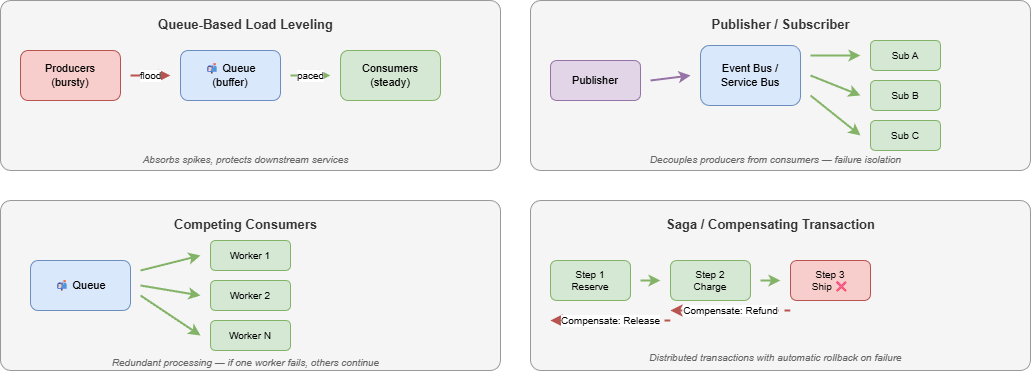
codebytes/azure-resiliency keeps this draw.io diagram as slides/img/async-patterns.drawio.png. Above is the earlier version. Source tidied: cells renumbered, new cells last; positions are measured from the earlier drawing's top-left corner, leaving out a move shared by most shapes.
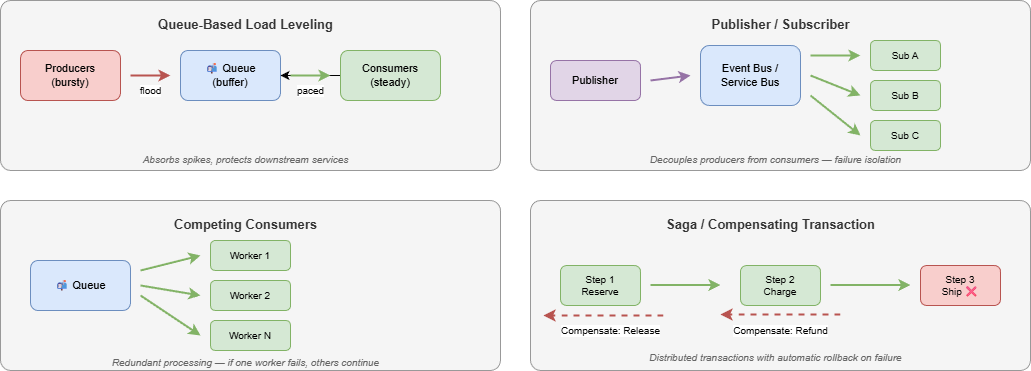
After the commit.

Commit message:
Update async-patterns image for enhanced visual clarity

What changed in the source:
```diff
@@ -14,17 +14,20 @@
     <mxCell id="5" value="📬 Queue&lt;br&gt;(buffer)" style="rounded=1;whiteSpace=wrap;html=1;fillColor=#dae8fc;strokeColor=#6c8ebf;fontSize=11;" parent="1" vertex="1">
       <mxGeometry x="180" y="50" width="100" height="50" as="geometry" />
     </mxCell>
+    <mxCell id="42" style="edgeStyle=none;html=1;" parent="1" edge="1" source="6" target="5">
+      <mxGeometry relative="1" as="geometry" />
+    </mxCell>
     <mxCell id="6" value="Consumers&lt;br&gt;(steady)" style="rounded=1;whiteSpace=wrap;html=1;fillColor=#d5e8d4;strokeColor=#82b366;fontSize=11;" parent="1" vertex="1">
       <mxGeometry x="340" y="50" width="100" height="50" as="geometry" />
     </mxCell>
     <mxCell id="7" value="flood" style="endArrow=classic;html=1;strokeWidth=2;strokeColor=#b85450;fontSize=10;" parent="1" edge="1">
-      <mxGeometry relative="1" as="geometry">
+      <mxGeometry y="-15" relative="1" as="geometry">
         <mxPoint x="130" y="75" as="sourcePoint" />
         <mxPoint x="170" y="75" as="targetPoint" />
       </mxGeometry>
     </mxCell>
     <mxCell id="8" value="paced" style="endArrow=classic;html=1;strokeWidth=2;strokeColor=#82b366;fontSize=10;" parent="1" edge="1">
-      <mxGeometry relative="1" as="geometry">
+      <mxGeometry y="-15" relative="1" as="geometry">
         <mxPoint x="290" y="75" as="sourcePoint" />
         <mxPoint x="330" y="75" as="targetPoint" />
       </mxGeometry>
@@ -126,36 +129,36 @@
       <mxGeometry x="620" y="210" width="300" height="25" as="geometry" />
     </mxCell>
     <mxCell id="34" value="Step 1&lt;br&gt;Reserve" style="rounded=1;whiteSpace=wrap;html=1;fillColor=#d5e8d4;strokeColor=#82b366;fontSize=10;" parent="1" vertex="1">
-      <mxGeometry x="550" y="260" width="80" height="40" as="geometry" />
+      <mxGeometry x="560" y="265" width="80" height="40" as="geometry" />
     </mxCell>
     <mxCell id="35" value="Step 2&lt;br&gt;Charge" style="rounded=1;whiteSpace=wrap;html=1;fillColor=#d5e8d4;strokeColor=#82b366;fontSize=10;" parent="1" vertex="1">
-      <mxGeometry x="670" y="260" width="80" height="40" as="geometry" />
+      <mxGeometry x="740" y="265" width="80" height="40" as="geometry" />
     </mxCell>
     <mxCell id="36" value="Step 3&lt;br&gt;Ship ❌" style="rounded=1;whiteSpace=wrap;html=1;fillColor=#f8cecc;strokeColor=#b85450;fontSize=10;" parent="1" vertex="1">
-      <mxGeometry x="790" y="260" width="80" height="40" as="geometry" />
+      <mxGeometry x="920" y="265" width="80" height="40" as="geometry" />
     </mxCell>
-    <mxCell id="37" style="endArrow=classic;html=1;strokeWidth=2;strokeColor=#82b366;" parent="1" edge="1">
+    <mxCell id="37" style="endArrow=classic;html=1;strokeWidth=2;strokeColor=#82b366;entryX=0.36;entryY=0.471;entryDx=0;entryDy=0;entryPerimeter=0;" parent="1" edge="1">
       <mxGeometry relative="1" as="geometry">
-        <mxPoint x="640" y="280" as="sourcePoint" />
-        <mxPoint x="660" y="280" as="targetPoint" />
+        <mxPoint x="650" y="284.5" as="sourcePoint" />
+        <mxPoint x="720" y="284.6" as="targetPoint" />
       </mxGeometry>
     </mxCell>
-    <mxCell id="38" style="endArrow=classic;html=1;strokeWidth=2;strokeColor=#82b366;" parent="1" edge="1">
+    <mxCell id="38" style="endArrow=classic;html=1;strokeWidth=2;strokeColor=#82b366;entryX=0.62;entryY=0.471;entryDx=0;entryDy=0;entryPerimeter=0;" parent="1" edge="1">
       <mxGeometry relative="1" as="geometry">
-        <mxPoint x="760" y="280" as="sourcePoint" />
-        <mxPoint x="780" y="280" as="targetPoint" />
+        <mxPoint x="830" y="284.5" as="sourcePoint" />
+        <mxPoint x="910" y="284.6" as="targetPoint" />
       </mxGeometry>
     </mxCell>
     <mxCell id="39" value="Compensate: Refund" style="endArrow=classic;html=1;strokeWidth=2;strokeColor=#b85450;dashed=1;fontSize=10;" parent="1" edge="1">
-      <mxGeometry relative="1" as="geometry">
-        <mxPoint x="790" y="310" as="sourcePoint" />
-        <mxPoint x="670" y="310" as="targetPoint" />
+      <mxGeometry y="16" relative="1" as="geometry">
+        <mxPoint x="840" y="314" as="sourcePoint" />
+        <mxPoint x="720" y="314" as="targetPoint" />
       </mxGeometry>
     </mxCell>
     <mxCell id="40" value="Compensate: Release" style="endArrow=classic;html=1;strokeWidth=2;strokeColor=#b85450;dashed=1;fontSize=10;" parent="1" edge="1">
-      <mxGeometry relative="1" as="geometry">
-        <mxPoint x="670" y="320" as="sourcePoint" />
-        <mxPoint x="550" y="320" as="targetPoint" />
+      <mxGeometry x="-0.12" y="15" relative="1" as="geometry">
+        <mxPoint x="663" y="315" as="sourcePoint" />
+        <mxPoint x="543" y="315" as="targetPoint" />
       </mxGeometry>
     </mxCell>
     <mxCell id="41" value="Distributed transactions with automatic rollback on failure" style="text;html=1;align=center;fontSize=10;fontColor=#666;fontStyle=2;" parent="1" vertex="1">
```
